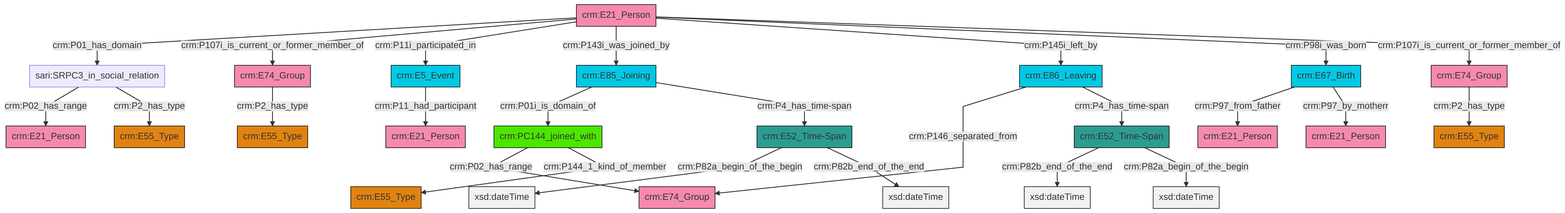
Above: et/personCSV/ttl/mmd/png/Person_Actor_Relations.png in swiss-art-research-net/reference-data-models (Mermaid), before the change. Its source is kept beside it as et/personCSV/ttl/mmd/Person_Actor_Relations.ttl.mmd.
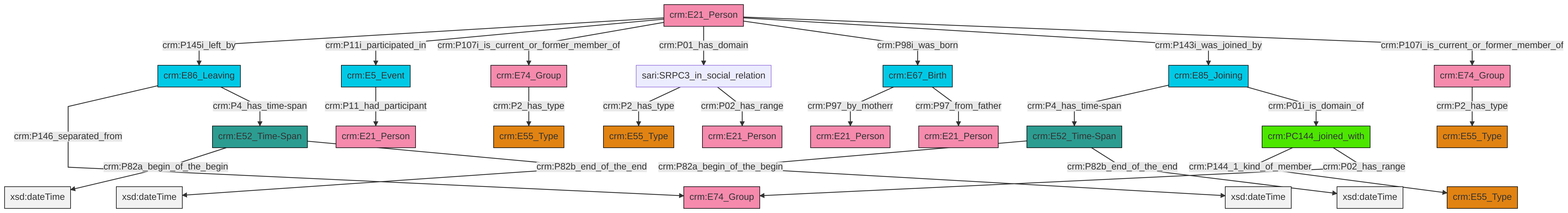
The same file after the commit.

Change to the diagram source:
```diff
@@ -13,27 +13,27 @@
 classDef PC_Classes fill:#4ce600, stroke:#000000;
 classDef Multi fill:#cccccc,stroke:#000000;
 
-0["crm:E52_Time-Span"]:::Time-Span -->|crm:P82a_begin_of_the_begin| 1[xsd:dateTime]:::Literal
 4["crm:E74_Group"]:::Actor -->|crm:P2_has_type| 5["crm:E55_Type"]:::Type
-8["crm:E74_Group"]:::Actor -->|crm:P2_has_type| 9["crm:E55_Type"]:::Type
-6["sari:SRPC3_in_social_relation"]:::Default -->|crm:P02_has_range| 10["crm:E21_Person"]:::Actor
-6["sari:SRPC3_in_social_relation"]:::Default -->|crm:P2_has_type| 11["crm:E55_Type"]:::Type
-14["crm:E52_Time-Span"]:::Time-Span -->|crm:P82b_end_of_the_end| 15[xsd:dateTime]:::Literal
-16["crm:E21_Person"]:::Actor -->|crm:P01_has_domain| 6["sari:SRPC3_in_social_relation"]:::Default
-16["crm:E21_Person"]:::Actor -->|crm:P107i_is_current_or_former_member_of| 4["crm:E74_Group"]:::Actor
-16["crm:E21_Person"]:::Actor -->|crm:P11i_participated_in| 18["crm:E5_Event"]:::Temporal_Entity
-25["crm:E67_Birth"]:::Temporal_Entity -->|crm:P97_from_father| 26["crm:E21_Person"]:::Actor
-2["crm:E85_Joining"]:::Temporal_Entity -->|crm:P01i_is_domain_of| 28["crm:PC144_joined_with"]:::PC_Classes
-2["crm:E85_Joining"]:::Temporal_Entity -->|crm:P4_has_time-span| 0["crm:E52_Time-Span"]:::Time-Span
-25["crm:E67_Birth"]:::Temporal_Entity -->|crm:P97_by_motherr| 32["crm:E21_Person"]:::Actor
-16["crm:E21_Person"]:::Actor -->|crm:P143i_was_joined_by| 2["crm:E85_Joining"]:::Temporal_Entity
-16["crm:E21_Person"]:::Actor -->|crm:P145i_left_by| 35["crm:E86_Leaving"]:::Temporal_Entity
-14["crm:E52_Time-Span"]:::Time-Span -->|crm:P82a_begin_of_the_begin| 38[xsd:dateTime]:::Literal
-16["crm:E21_Person"]:::Actor -->|crm:P98i_was_born| 25["crm:E67_Birth"]:::Temporal_Entity
-0["crm:E52_Time-Span"]:::Time-Span -->|crm:P82b_end_of_the_end| 41[xsd:dateTime]:::Literal
-16["crm:E21_Person"]:::Actor -->|crm:P107i_is_current_or_former_member_of| 8["crm:E74_Group"]:::Actor
-28["crm:PC144_joined_with"]:::PC_Classes -->|crm:P02_has_range| 23["crm:E74_Group"]:::Actor
-35["crm:E86_Leaving"]:::Temporal_Entity -->|crm:P146_separated_from| 23["crm:E74_Group"]:::Actor
-18["crm:E5_Event"]:::Temporal_Entity -->|crm:P11_had_participant| 29["crm:E21_Person"]:::Actor
-28["crm:PC144_joined_with"]:::PC_Classes -->|crm:P144_1_kind_of_member| 20["crm:E55_Type"]:::Type
-35["crm:E86_Leaving"]:::Temporal_Entity -->|crm:P4_has_time-span| 14["crm:E52_Time-Span"]:::Time-Span
+11["crm:E86_Leaving"]:::Temporal_Entity -->|crm:P146_separated_from| 12["crm:E74_Group"]:::Actor
+13["sari:SRPC3_in_social_relation"]:::Default -->|crm:P2_has_type| 15["crm:E55_Type"]:::Type
+0["crm:E52_Time-Span"]:::Time-Span -->|crm:P82a_begin_of_the_begin| 16[xsd:dateTime]:::Literal
+6["crm:E21_Person"]:::Actor -->|crm:P145i_left_by| 11["crm:E86_Leaving"]:::Temporal_Entity
+6["crm:E21_Person"]:::Actor -->|crm:P11i_participated_in| 21["crm:E5_Event"]:::Temporal_Entity
+23["crm:PC144_joined_with"]:::PC_Classes -->|crm:P144_1_kind_of_member| 24["crm:E55_Type"]:::Type
+6["crm:E21_Person"]:::Actor -->|crm:P107i_is_current_or_former_member_of| 4["crm:E74_Group"]:::Actor
+13["sari:SRPC3_in_social_relation"]:::Default -->|crm:P02_has_range| 25["crm:E21_Person"]:::Actor
+27["crm:E67_Birth"]:::Temporal_Entity -->|crm:P97_by_motherr| 28["crm:E21_Person"]:::Actor
+27["crm:E67_Birth"]:::Temporal_Entity -->|crm:P97_from_father| 29["crm:E21_Person"]:::Actor
+23["crm:PC144_joined_with"]:::PC_Classes -->|crm:P02_has_range| 12["crm:E74_Group"]:::Actor
+6["crm:E21_Person"]:::Actor -->|crm:P01_has_domain| 13["sari:SRPC3_in_social_relation"]:::Default
+32["crm:E74_Group"]:::Actor -->|crm:P2_has_type| 2["crm:E55_Type"]:::Type
+21["crm:E5_Event"]:::Temporal_Entity -->|crm:P11_had_participant| 19["crm:E21_Person"]:::Actor
+6["crm:E21_Person"]:::Actor -->|crm:P98i_was_born| 27["crm:E67_Birth"]:::Temporal_Entity
+11["crm:E86_Leaving"]:::Temporal_Entity -->|crm:P4_has_time-span| 9["crm:E52_Time-Span"]:::Time-Span
+6["crm:E21_Person"]:::Actor -->|crm:P143i_was_joined_by| 17["crm:E85_Joining"]:::Temporal_Entity
+0["crm:E52_Time-Span"]:::Time-Span -->|crm:P82b_end_of_the_end| 40[xsd:dateTime]:::Literal
+17["crm:E85_Joining"]:::Temporal_Entity -->|crm:P4_has_time-span| 0["crm:E52_Time-Span"]:::Time-Span
+9["crm:E52_Time-Span"]:::Time-Span -->|crm:P82a_begin_of_the_begin| 44[xsd:dateTime]:::Literal
+6["crm:E21_Person"]:::Actor -->|crm:P107i_is_current_or_former_member_of| 32["crm:E74_Group"]:::Actor
+9["crm:E52_Time-Span"]:::Time-Span -->|crm:P82b_end_of_the_end| 46[xsd:dateTime]:::Literal
+17["crm:E85_Joining"]:::Temporal_Entity -->|crm:P01i_is_domain_of| 23["crm:PC144_joined_with"]:::PC_Classes
```
